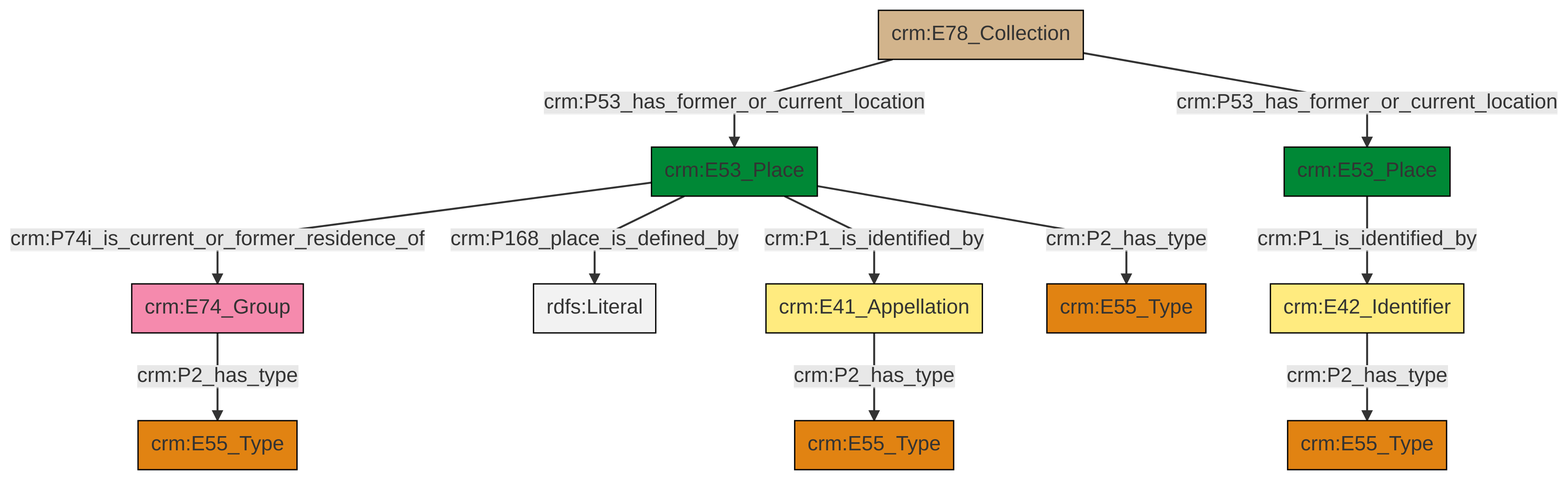
The Mermaid diagram et/archivalCSV/ttl/mmd/png/archival_location.png in swiss-art-research-net/docs.swissartresearch, before a commit. Its source is kept beside it as et/archivalCSV/ttl/mmd/archival_location.ttl.mmd.
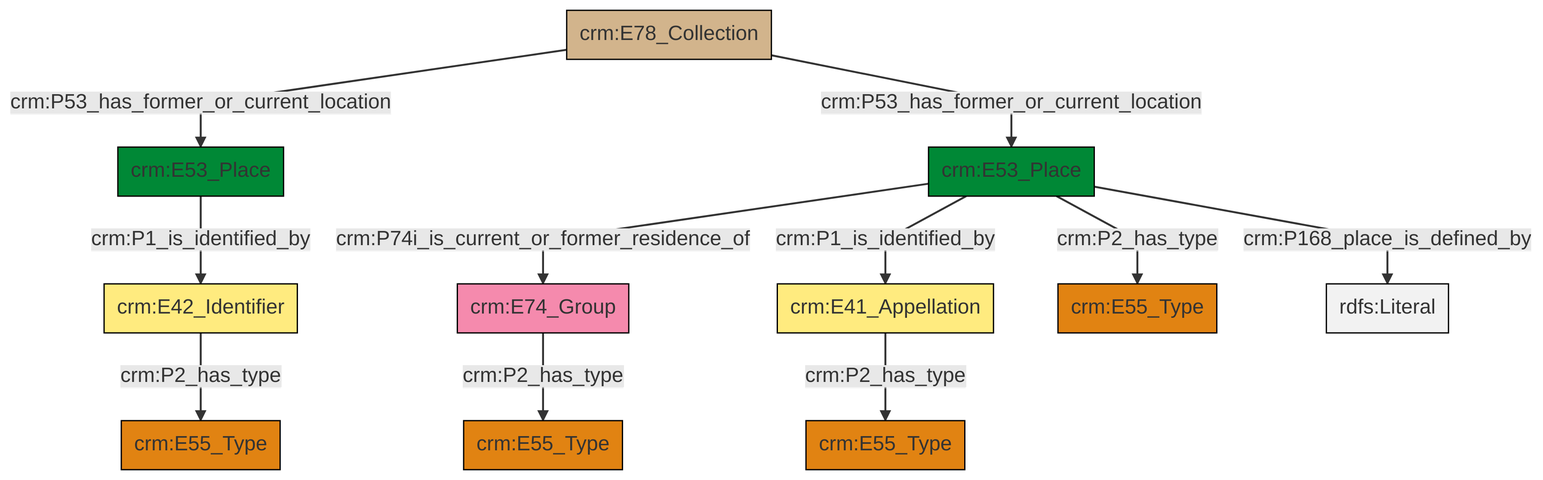
The same diagram one commit later.

Diff of the diagram source:
```diff
@@ -13,13 +13,13 @@
 classDef PC_Classes fill:#4ce600, stroke:#000000;
 classDef Multi fill:#cccccc,stroke:#000000;
 
-0["crm:E74_Group"]:::Actor -->|crm:P2_has_type| 1["crm:E55_Type"]:::Type
-2["crm:E78_Collection"]:::Physical_Thing -->|crm:P53_has_former_or_current_location| 3["crm:E53_Place"]:::Place
-5["crm:E41_Appellation"]:::Appellation -->|crm:P2_has_type| 6["crm:E55_Type"]:::Type
-2["crm:E78_Collection"]:::Physical_Thing -->|crm:P53_has_former_or_current_location| 8["crm:E53_Place"]:::Place
-3["crm:E53_Place"]:::Place -->|crm:P74i_is_current_or_former_residence_of| 0["crm:E74_Group"]:::Actor
-8["crm:E53_Place"]:::Place -->|crm:P1_is_identified_by| 9["crm:E42_Identifier"]:::Appellation
-3["crm:E53_Place"]:::Place -->|crm:P168_place_is_defined_by| 13[rdfs:Literal]:::Literal
-3["crm:E53_Place"]:::Place -->|crm:P1_is_identified_by| 5["crm:E41_Appellation"]:::Appellation
-9["crm:E42_Identifier"]:::Appellation -->|crm:P2_has_type| 11["crm:E55_Type"]:::Type
-3["crm:E53_Place"]:::Place -->|crm:P2_has_type| 14["crm:E55_Type"]:::Type
+0["crm:E78_Collection"]:::Physical_Thing -->|crm:P53_has_former_or_current_location| 1["crm:E53_Place"]:::Place
+4["crm:E41_Appellation"]:::Appellation -->|crm:P2_has_type| 5["crm:E55_Type"]:::Type
+1["crm:E53_Place"]:::Place -->|crm:P1_is_identified_by| 7["crm:E42_Identifier"]:::Appellation
+2["crm:E53_Place"]:::Place -->|crm:P74i_is_current_or_former_residence_of| 8["crm:E74_Group"]:::Actor
+2["crm:E53_Place"]:::Place -->|crm:P1_is_identified_by| 4["crm:E41_Appellation"]:::Appellation
+2["crm:E53_Place"]:::Place -->|crm:P168_place_is_defined_by| 15[rdfs:Literal]:::Literal
+8["crm:E74_Group"]:::Actor -->|crm:P2_has_type| 16["crm:E55_Type"]:::Type
+2["crm:E53_Place"]:::Place -->|crm:P2_has_type| 11["crm:E55_Type"]:::Type
+7["crm:E42_Identifier"]:::Appellation -->|crm:P2_has_type| 18["crm:E55_Type"]:::Type
+0["crm:E78_Collection"]:::Physical_Thing -->|crm:P53_has_former_or_current_location| 2["crm:E53_Place"]:::Place
```
